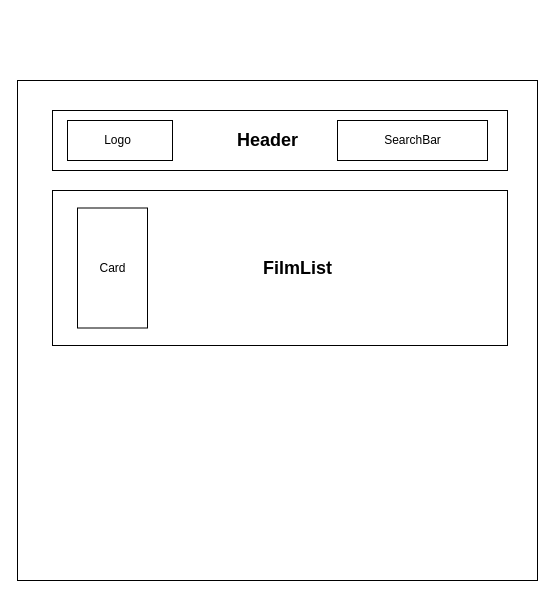
Above: structure.drawio in Mattia-Fasulo/vite-boolflix (draw.io), before the change. Source tidied: cells renumbered, new cells numbered last; positions are measured from the earlier drawing's top-left corner, leaving out a move shared by most shapes. Both pictures are drawn from the tidied source at 100%, with x=0, y=0 at pixel (17, 80).
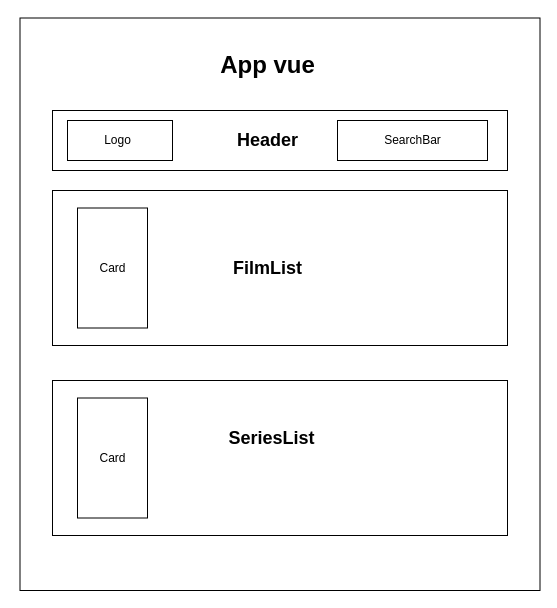
After the change.

What changed in the source:
```diff
@@
     <mxCell id="2" style="rounded=0;whiteSpace=wrap;html=1;" parent="1" vertex="1">
-      <mxGeometry width="520" height="500" as="geometry" />
+      <mxGeometry x="2.5" y="-62.5" width="520" height="572.5" as="geometry" />
     </mxCell>
@@
     <mxCell id="14" value="&lt;h2&gt;FilmList&lt;/h2&gt;" style="text;html=1;align=center;verticalAlign=middle;fillColor=none;strokeColor=none;rounded=0;" parent="1" vertex="1">
-      <mxGeometry x="240" y="162.5" width="80" height="50" as="geometry" />
+      <mxGeometry x="210" y="162.5" width="80" height="50" as="geometry" />
     </mxCell>
+    <mxCell id="15" value="&lt;h1&gt;App vue&lt;/h1&gt;" style="text;html=1;align=center;verticalAlign=middle;fillColor=none;strokeColor=none;rounded=0;" parent="1" vertex="1">
+      <mxGeometry x="195" y="-40" width="110" height="50" as="geometry" />
+    </mxCell>
+    <mxCell id="16" style="rounded=0;whiteSpace=wrap;html=1;" parent="1" vertex="1">
+      <mxGeometry x="35" y="300" width="455" height="155" as="geometry" />
+    </mxCell>
+    <mxCell id="17" style="rounded=0;whiteSpace=wrap;html=1;" parent="1" vertex="1">
+      <mxGeometry x="60" y="317.5" width="70" height="120" as="geometry" />
+    </mxCell>
+    <mxCell id="18" value="Card" style="text;html=1;align=center;verticalAlign=middle;fillColor=none;strokeColor=none;rounded=0;" parent="1" vertex="1">
+      <mxGeometry x="75" y="367.5" width="40" height="20" as="geometry" />
+    </mxCell>
+    <mxCell id="19" value="&lt;h2&gt;SeriesList&lt;/h2&gt;&lt;div&gt;&lt;br&gt;&lt;/div&gt;" style="text;html=1;align=center;verticalAlign=middle;fillColor=none;strokeColor=none;rounded=0;" parent="1" vertex="1">
+      <mxGeometry x="204" y="335" width="100" height="60" as="geometry" />
+    </mxCell>
```
